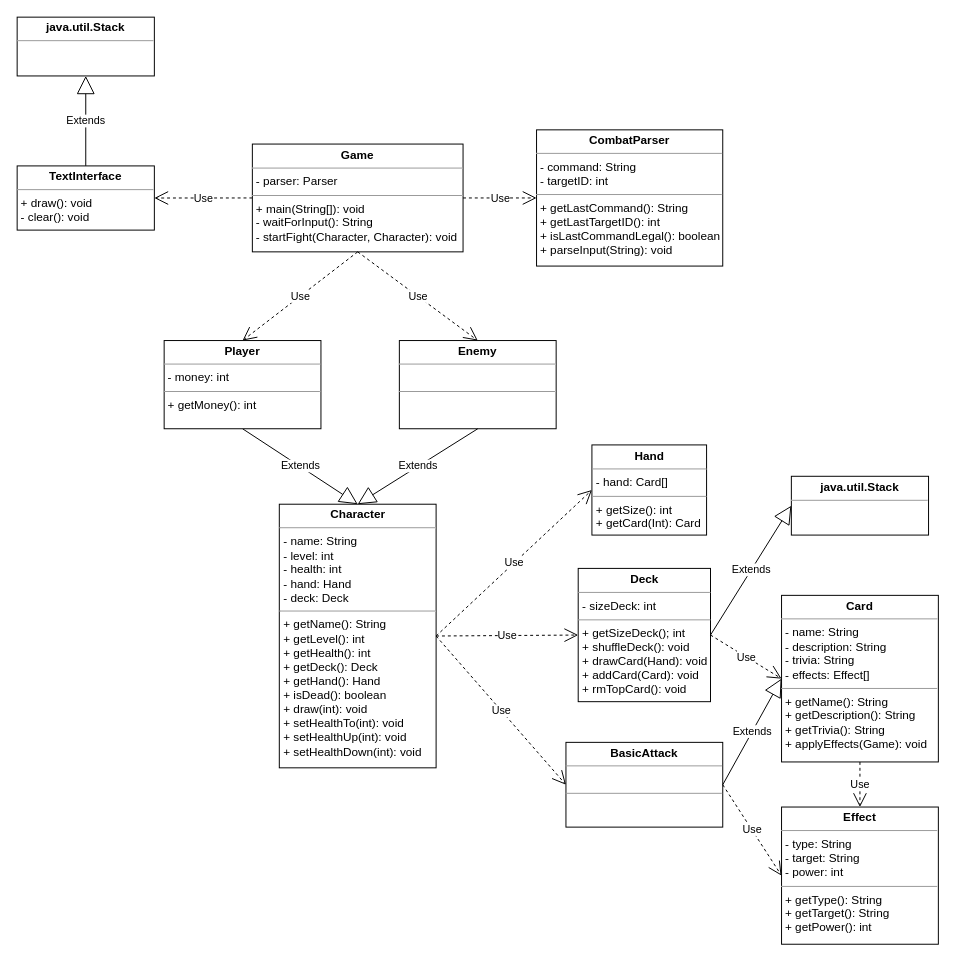
The draw.io diagram devdoc/Galamadriabuyak_UML.drawio in durierem/galamadriabuyak, before the edit. Source tidied: cells renumbered, new cells numbered last; positions are measured from the earlier drawing's top-left corner, leaving out a move shared by most shapes. Both pictures are drawn from the tidied source at 98%, with x=0, y=0 at pixel (17, 17).
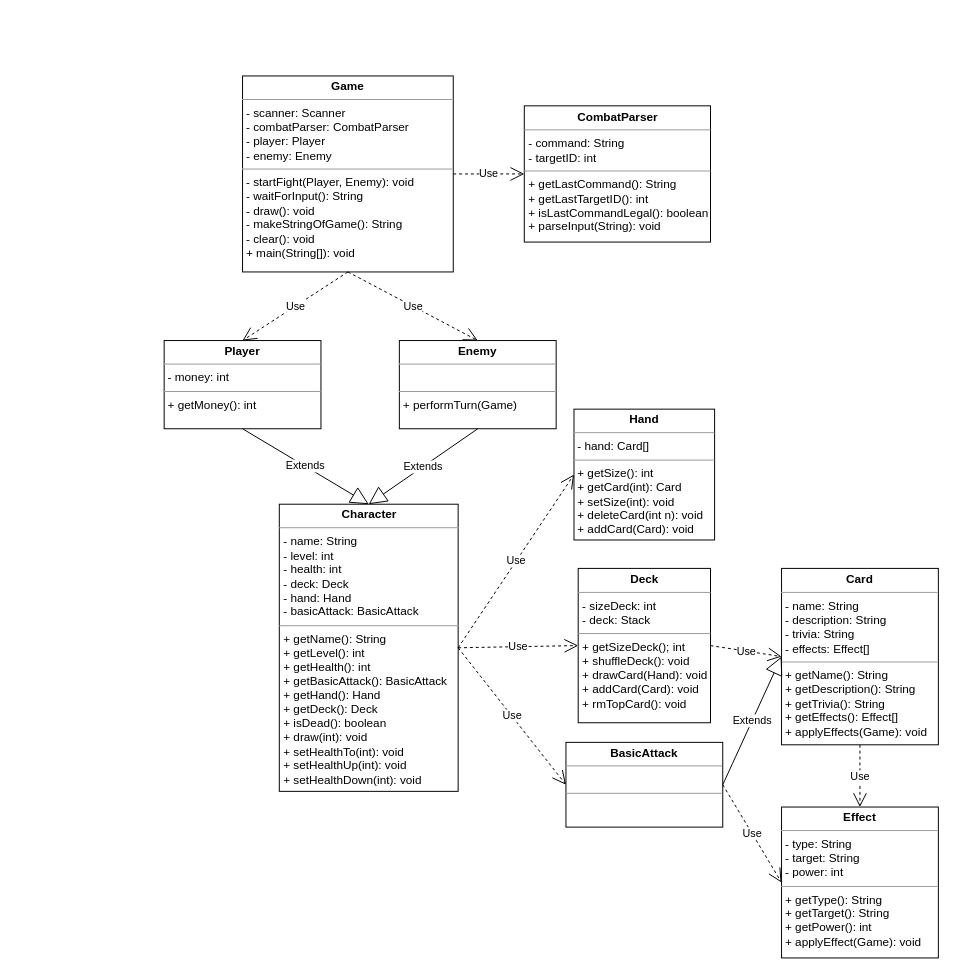
The same diagram, later.

The change refers to these unchanged cells:
```xml
<mxCell id="22" value="&lt;p style=&quot;margin: 0px ; margin-top: 4px ; text-align: center&quot;&gt;&lt;b&gt;BasicAttack&lt;/b&gt;&lt;/p&gt;&lt;hr size=&quot;1&quot;&gt;&lt;p style=&quot;margin: 0px ; margin-left: 4px&quot;&gt;&lt;br&gt;&lt;/p&gt;&lt;hr size=&quot;1&quot;&gt;&lt;p style=&quot;margin: 0px ; margin-left: 4px&quot;&gt;&lt;br&gt;&lt;/p&gt;" style="verticalAlign=top;align=left;overflow=fill;fontSize=12;fontFamily=Helvetica;html=1;" parent="1" vertex="1">
  <mxGeometry x="560" y="740" width="160" height="86.5" as="geometry" />
</mxCell>
```

What changed in the source:
```diff
@@
     <mxCell id="2" value="&lt;p style=&quot;margin: 0px ; margin-top: 4px ; text-align: center&quot;&gt;&lt;b&gt;CombatParser&lt;/b&gt;&lt;/p&gt;&lt;hr size=&quot;1&quot;&gt;&lt;p style=&quot;margin: 0px ; margin-left: 4px&quot;&gt;- command: String&lt;/p&gt;&lt;p style=&quot;margin: 0px ; margin-left: 4px&quot;&gt;- targetID: int&lt;br&gt;&lt;/p&gt;&lt;hr size=&quot;1&quot;&gt;&lt;p style=&quot;margin: 0px ; margin-left: 4px&quot;&gt;+ getLastCommand(): String&lt;/p&gt;&lt;p style=&quot;margin: 0px ; margin-left: 4px&quot;&gt;+ getLastTargetID(): int&lt;/p&gt;&lt;p style=&quot;margin: 0px ; margin-left: 4px&quot;&gt;+ isLastCommandLegal(): boolean&lt;/p&gt;&lt;p style=&quot;margin: 0px ; margin-left: 4px&quot;&gt;+ parseInput(String): void&lt;br&gt;&lt;/p&gt;" style="verticalAlign=top;align=left;overflow=fill;fontSize=12;fontFamily=Helvetica;html=1;" parent="1" vertex="1">
-      <mxGeometry x="530" y="115" width="190" height="139" as="geometry" />
+      <mxGeometry x="517.5" y="90.5" width="190" height="139" as="geometry" />
     </mxCell>
-    <mxCell id="3" value="&lt;p style=&quot;margin: 0px ; margin-top: 4px ; text-align: center&quot;&gt;&lt;b&gt;Game&lt;/b&gt;&lt;/p&gt;&lt;hr size=&quot;1&quot;&gt;&lt;p style=&quot;margin: 0px ; margin-left: 4px&quot;&gt;- parser: Parser&lt;/p&gt;&lt;hr size=&quot;1&quot;&gt;&lt;p style=&quot;margin: 0px ; margin-left: 4px&quot;&gt;+ main(String[]): void&lt;/p&gt;&lt;p style=&quot;margin: 0px ; margin-left: 4px&quot;&gt;- waitForInput(): String&lt;br&gt;&lt;/p&gt;&lt;p style=&quot;margin: 0px ; margin-left: 4px&quot;&gt;- startFight(Character, Character): void&lt;br&gt;&lt;/p&gt;" style="verticalAlign=top;align=left;overflow=fill;fontSize=12;fontFamily=Helvetica;html=1;" parent="1" vertex="1">
-      <mxGeometry x="240" y="129.5" width="215" height="110" as="geometry" />
+    <mxCell id="3" value="&lt;p style=&quot;margin: 0px ; margin-top: 4px ; text-align: center&quot;&gt;&lt;b&gt;Game&lt;/b&gt;&lt;/p&gt;&lt;hr size=&quot;1&quot;&gt;&lt;p style=&quot;margin: 0px ; margin-left: 4px&quot;&gt;- scanner: Scanner&lt;br&gt;&lt;/p&gt;&lt;p style=&quot;margin: 0px ; margin-left: 4px&quot;&gt;- combatParser: CombatParser&lt;/p&gt;&lt;p style=&quot;margin: 0px ; margin-left: 4px&quot;&gt;- player: Player&lt;/p&gt;&lt;p style=&quot;margin: 0px ; margin-left: 4px&quot;&gt;- enemy: Enemy&lt;br&gt;&lt;/p&gt;&lt;hr size=&quot;1&quot;&gt;&lt;p style=&quot;margin: 0px ; margin-left: 4px&quot;&gt;- startFight(Player, Enemy): void&lt;/p&gt;&lt;p style=&quot;margin: 0px ; margin-left: 4px&quot;&gt;- waitForInput(): String&lt;/p&gt;&lt;p style=&quot;margin: 0px ; margin-left: 4px&quot;&gt;- draw(): void&lt;/p&gt;&lt;p style=&quot;margin: 0px ; margin-left: 4px&quot;&gt;- makeStringOfGame(): String&lt;br&gt;&lt;/p&gt;&lt;p style=&quot;margin: 0px ; margin-left: 4px&quot;&gt;- clear(): void&lt;/p&gt;&lt;p style=&quot;margin: 0px ; margin-left: 4px&quot;&gt;+ main(String[]): void&lt;/p&gt;" style="verticalAlign=top;align=left;overflow=fill;fontSize=12;fontFamily=Helvetica;html=1;" parent="1" vertex="1">
+      <mxGeometry x="230" y="60" width="215" height="200" as="geometry" />
     </mxCell>
@@
-    <mxCell id="5" value="&lt;p style=&quot;margin: 0px ; margin-top: 4px ; text-align: center&quot;&gt;&lt;b&gt;Character&lt;/b&gt;&lt;/p&gt;&lt;hr size=&quot;1&quot;&gt;&lt;p style=&quot;margin: 0px ; margin-left: 4px&quot;&gt;- name: String&lt;/p&gt;&lt;p style=&quot;margin: 0px ; margin-left: 4px&quot;&gt;- level: int&lt;br&gt;&lt;/p&gt;&lt;p style=&quot;margin: 0px ; margin-left: 4px&quot;&gt;- health: int&lt;/p&gt;&lt;p style=&quot;margin: 0px ; margin-left: 4px&quot;&gt;- hand: Hand&lt;br&gt;&lt;/p&gt;&lt;p style=&quot;margin: 0px ; margin-left: 4px&quot;&gt;- deck: Deck&lt;/p&gt;&lt;hr size=&quot;1&quot;&gt;&lt;p style=&quot;margin: 0px ; margin-left: 4px&quot;&gt;+ getName(): String&lt;/p&gt;&lt;p style=&quot;margin: 0px ; margin-left: 4px&quot;&gt;+ getLevel(): int&lt;br&gt;&lt;/p&gt;&lt;p style=&quot;margin: 0px ; margin-left: 4px&quot;&gt;+ getHealth(): int&lt;/p&gt;&lt;p style=&quot;margin: 0px ; margin-left: 4px&quot;&gt;+ getDeck(): Deck&lt;/p&gt;&lt;p style=&quot;margin: 0px ; margin-left: 4px&quot;&gt;+ getHand(): Hand&lt;br&gt;&lt;/p&gt;&lt;p style=&quot;margin: 0px ; margin-left: 4px&quot;&gt;+ isDead(): boolean&lt;/p&gt;&lt;p style=&quot;margin: 0px ; margin-left: 4px&quot;&gt;+ draw(int): void&lt;/p&gt;&lt;p style=&quot;margin: 0px ; margin-left: 4px&quot;&gt;+ setHealthTo(int): void&lt;/p&gt;&lt;p style=&quot;margin: 0px ; margin-left: 4px&quot;&gt;+ setHealthUp(int): void&lt;/p&gt;&lt;p style=&quot;margin: 0px ; margin-left: 4px&quot;&gt;+ setHealthDown(int): void&lt;br&gt;&lt;/p&gt;&lt;p style=&quot;margin: 0px ; margin-left: 4px&quot;&gt;&lt;br&gt;&lt;/p&gt;" style="verticalAlign=top;align=left;overflow=fill;fontSize=12;fontFamily=Helvetica;html=1;" parent="1" vertex="1">
-      <mxGeometry x="267.5" y="497" width="160" height="269" as="geometry" />
+    <mxCell id="5" value="&lt;p style=&quot;margin: 0px ; margin-top: 4px ; text-align: center&quot;&gt;&lt;b&gt;Character&lt;/b&gt;&lt;/p&gt;&lt;hr size=&quot;1&quot;&gt;&lt;p style=&quot;margin: 0px ; margin-left: 4px&quot;&gt;- name: String&lt;/p&gt;&lt;p style=&quot;margin: 0px ; margin-left: 4px&quot;&gt;- level: int&lt;br&gt;&lt;/p&gt;&lt;p style=&quot;margin: 0px ; margin-left: 4px&quot;&gt;- health: int&lt;/p&gt;&lt;p style=&quot;margin: 0px ; margin-left: 4px&quot;&gt;- deck: Deck&lt;/p&gt;&lt;p style=&quot;margin: 0px ; margin-left: 4px&quot;&gt;- hand: Hand&lt;/p&gt;&lt;p style=&quot;margin: 0px ; margin-left: 4px&quot;&gt;- basicAttack: BasicAttack&lt;br&gt;&lt;/p&gt;&lt;hr size=&quot;1&quot;&gt;&lt;p style=&quot;margin: 0px ; margin-left: 4px&quot;&gt;+ getName(): String&lt;/p&gt;&lt;p style=&quot;margin: 0px ; margin-left: 4px&quot;&gt;+ getLevel(): int&lt;br&gt;&lt;/p&gt;&lt;p style=&quot;margin: 0px ; margin-left: 4px&quot;&gt;+ getHealth(): int&lt;/p&gt;&lt;p style=&quot;margin: 0px ; margin-left: 4px&quot;&gt;+ getBasicAttack(): BasicAttack&lt;br&gt;&lt;/p&gt;&lt;p style=&quot;margin: 0px ; margin-left: 4px&quot;&gt;+ getHand(): Hand&lt;/p&gt;&lt;p style=&quot;margin: 0px ; margin-left: 4px&quot;&gt;+ getDeck(): Deck&lt;/p&gt;&lt;p style=&quot;margin: 0px ; margin-left: 4px&quot;&gt;+ isDead(): boolean&lt;/p&gt;&lt;p style=&quot;margin: 0px ; margin-left: 4px&quot;&gt;+ draw(int): void&lt;/p&gt;&lt;p style=&quot;margin: 0px ; margin-left: 4px&quot;&gt;+ setHealthTo(int): void&lt;/p&gt;&lt;p style=&quot;margin: 0px ; margin-left: 4px&quot;&gt;+ setHealthUp(int): void&lt;/p&gt;&lt;p style=&quot;margin: 0px ; margin-left: 4px&quot;&gt;+ setHealthDown(int): void&lt;br&gt;&lt;/p&gt;&lt;p style=&quot;margin: 0px ; margin-left: 4px&quot;&gt;&lt;br&gt;&lt;/p&gt;" style="verticalAlign=top;align=left;overflow=fill;fontSize=12;fontFamily=Helvetica;html=1;" parent="1" vertex="1">
+      <mxGeometry x="267.5" y="497" width="182.5" height="293" as="geometry" />
     </mxCell>
@@
-    <mxCell id="8" value="&lt;p style=&quot;margin: 0px ; margin-top: 4px ; text-align: center&quot;&gt;&lt;b&gt;Deck&lt;/b&gt;&lt;br&gt;&lt;/p&gt;&lt;hr size=&quot;1&quot;&gt;&lt;p style=&quot;margin: 0px ; margin-left: 4px&quot;&gt;- sizeDeck: int&lt;/p&gt;&lt;hr size=&quot;1&quot;&gt;&lt;p style=&quot;margin: 0px ; margin-left: 4px&quot;&gt;+ getSizeDeck(); int&lt;/p&gt;&lt;p style=&quot;margin: 0px ; margin-left: 4px&quot;&gt;+ shuffleDeck(): void&lt;/p&gt;&lt;p style=&quot;margin: 0px ; margin-left: 4px&quot;&gt;+ drawCard(Hand): void&lt;br&gt;&lt;/p&gt;&lt;p style=&quot;margin: 0px ; margin-left: 4px&quot;&gt;+ addCard(Card): void&lt;br&gt;&lt;/p&gt;&lt;p style=&quot;margin: 0px ; margin-left: 4px&quot;&gt;+ rmTopCard(): void&lt;br&gt;&lt;/p&gt;" style="verticalAlign=top;align=left;overflow=fill;fontSize=12;fontFamily=Helvetica;html=1;" parent="1" vertex="1">
-      <mxGeometry x="572.5" y="562.5" width="135" height="136" as="geometry" />
+    <mxCell id="8" value="&lt;p style=&quot;margin: 0px ; margin-top: 4px ; text-align: center&quot;&gt;&lt;b&gt;Deck&lt;/b&gt;&lt;br&gt;&lt;/p&gt;&lt;hr size=&quot;1&quot;&gt;&lt;p style=&quot;margin: 0px ; margin-left: 4px&quot;&gt;- sizeDeck: int&lt;/p&gt;&lt;p style=&quot;margin: 0px ; margin-left: 4px&quot;&gt;- deck: Stack&lt;br&gt;&lt;/p&gt;&lt;hr size=&quot;1&quot;&gt;&lt;p style=&quot;margin: 0px ; margin-left: 4px&quot;&gt;+ getSizeDeck(); int&lt;/p&gt;&lt;p style=&quot;margin: 0px ; margin-left: 4px&quot;&gt;+ shuffleDeck(): void&lt;/p&gt;&lt;p style=&quot;margin: 0px ; margin-left: 4px&quot;&gt;+ drawCard(Hand): void&lt;br&gt;&lt;/p&gt;&lt;p style=&quot;margin: 0px ; margin-left: 4px&quot;&gt;+ addCard(Card): void&lt;br&gt;&lt;/p&gt;&lt;p style=&quot;margin: 0px ; margin-left: 4px&quot;&gt;+ rmTopCard(): void&lt;br&gt;&lt;/p&gt;" style="verticalAlign=top;align=left;overflow=fill;fontSize=12;fontFamily=Helvetica;html=1;" parent="1" vertex="1">
+      <mxGeometry x="572.5" y="562.5" width="135" height="157.5" as="geometry" />
     </mxCell>
@@
-    <mxCell id="10" value="&lt;p style=&quot;margin: 0px ; margin-top: 4px ; text-align: center&quot;&gt;&lt;b&gt;Hand&lt;/b&gt;&lt;/p&gt;&lt;hr size=&quot;1&quot;&gt;&lt;p style=&quot;margin: 0px ; margin-left: 4px&quot;&gt;- hand: Card[]&lt;/p&gt;&lt;hr size=&quot;1&quot;&gt;&lt;p style=&quot;margin: 0px ; margin-left: 4px&quot;&gt;+ getSize(): int&lt;/p&gt;&lt;p style=&quot;margin: 0px ; margin-left: 4px&quot;&gt;+ getCard(Int): Card&lt;br&gt;&lt;/p&gt;" style="verticalAlign=top;align=left;overflow=fill;fontSize=12;fontFamily=Helvetica;html=1;" parent="1" vertex="1">
-      <mxGeometry x="586.5" y="436.5" width="117" height="92" as="geometry" />
+    <mxCell id="10" value="&lt;p style=&quot;margin: 0px ; margin-top: 4px ; text-align: center&quot;&gt;&lt;b&gt;Hand&lt;/b&gt;&lt;/p&gt;&lt;hr size=&quot;1&quot;&gt;&lt;p style=&quot;margin: 0px ; margin-left: 4px&quot;&gt;- hand: Card[]&lt;/p&gt;&lt;hr size=&quot;1&quot;&gt;&lt;p style=&quot;margin: 0px ; margin-left: 4px&quot;&gt;+ getSize(): int&lt;/p&gt;&lt;p style=&quot;margin: 0px ; margin-left: 4px&quot;&gt;+ getCard(int): Card&lt;/p&gt;&lt;p style=&quot;margin: 0px ; margin-left: 4px&quot;&gt;+ setSize(int): void&lt;/p&gt;&lt;p style=&quot;margin: 0px ; margin-left: 4px&quot;&gt;+ deleteCard(int n): void&lt;/p&gt;&lt;p style=&quot;margin: 0px ; margin-left: 4px&quot;&gt;+ addCard(Card): void&lt;br&gt;&lt;/p&gt;" style="verticalAlign=top;align=left;overflow=fill;fontSize=12;fontFamily=Helvetica;html=1;" parent="1" vertex="1">
+      <mxGeometry x="568.2" y="400" width="143.5" height="133.5" as="geometry" />
     </mxCell>
@@
-    <mxCell id="12" value="&lt;p style=&quot;margin: 0px ; margin-top: 4px ; text-align: center&quot;&gt;&lt;b&gt;Effect&lt;/b&gt;&lt;/p&gt;&lt;hr size=&quot;1&quot;&gt;&lt;p style=&quot;margin: 0px ; margin-left: 4px&quot;&gt;- type: String&lt;/p&gt;&lt;p style=&quot;margin: 0px ; margin-left: 4px&quot;&gt;- target: String&lt;/p&gt;&lt;p style=&quot;margin: 0px ; margin-left: 4px&quot;&gt;- power: int&lt;br&gt;&lt;/p&gt;&lt;hr size=&quot;1&quot;&gt;&lt;p style=&quot;margin: 0px ; margin-left: 4px&quot;&gt;+ getType(): String&lt;/p&gt;&lt;p style=&quot;margin: 0px ; margin-left: 4px&quot;&gt;+ getTarget(): String&lt;/p&gt;&lt;p style=&quot;margin: 0px ; margin-left: 4px&quot;&gt;+ getPower(): int&lt;br&gt;&lt;/p&gt;" style="verticalAlign=top;align=left;overflow=fill;fontSize=12;fontFamily=Helvetica;html=1;" parent="1" vertex="1">
-      <mxGeometry x="780" y="806" width="160" height="140" as="geometry" />
+    <mxCell id="12" value="&lt;p style=&quot;margin: 0px ; margin-top: 4px ; text-align: center&quot;&gt;&lt;b&gt;Effect&lt;/b&gt;&lt;/p&gt;&lt;hr size=&quot;1&quot;&gt;&lt;p style=&quot;margin: 0px ; margin-left: 4px&quot;&gt;- type: String&lt;/p&gt;&lt;p style=&quot;margin: 0px ; margin-left: 4px&quot;&gt;- target: String&lt;/p&gt;&lt;p style=&quot;margin: 0px ; margin-left: 4px&quot;&gt;- power: int&lt;br&gt;&lt;/p&gt;&lt;hr size=&quot;1&quot;&gt;&lt;p style=&quot;margin: 0px ; margin-left: 4px&quot;&gt;+ getType(): String&lt;/p&gt;&lt;p style=&quot;margin: 0px ; margin-left: 4px&quot;&gt;+ getTarget(): String&lt;/p&gt;&lt;p style=&quot;margin: 0px ; margin-left: 4px&quot;&gt;+ getPower(): int&lt;/p&gt;&lt;p style=&quot;margin: 0px ; margin-left: 4px&quot;&gt;+ applyEffect(Game): void&lt;br&gt;&lt;/p&gt;" style="verticalAlign=top;align=left;overflow=fill;fontSize=12;fontFamily=Helvetica;html=1;" parent="1" vertex="1">
+      <mxGeometry x="780" y="806" width="160" height="154" as="geometry" />
     </mxCell>
@@
-    <mxCell id="15" value="&lt;p style=&quot;margin: 0px ; margin-top: 4px ; text-align: center&quot;&gt;&lt;b&gt;java.util.Stack&lt;/b&gt;&lt;/p&gt;&lt;hr size=&quot;1&quot;&gt;&lt;div style=&quot;height: 2px&quot;&gt;&lt;/div&gt;" style="verticalAlign=top;align=left;overflow=fill;fontSize=12;fontFamily=Helvetica;html=1;" parent="1" vertex="1">
-      <mxGeometry x="790" y="468.5" width="140" height="60" as="geometry" />
-    </mxCell>
-    <mxCell id="16" value="Extends" style="endArrow=block;endSize=16;endFill=0;html=1;exitX=1;exitY=0.5;exitDx=0;exitDy=0;entryX=0;entryY=0.5;entryDx=0;entryDy=0;" parent="1" edge="1" source="8" target="15">
-      <mxGeometry relative="1" as="geometry" />
-    </mxCell>
-    <mxCell id="17" value="&lt;p style=&quot;margin: 0px ; margin-top: 4px ; text-align: center&quot;&gt;&lt;b&gt;Card&lt;/b&gt;&lt;/p&gt;&lt;hr size=&quot;1&quot;&gt;&lt;p style=&quot;margin: 0px ; margin-left: 4px&quot;&gt;- name: String&lt;/p&gt;&lt;p style=&quot;margin: 0px ; margin-left: 4px&quot;&gt;- description: String&lt;/p&gt;&lt;p style=&quot;margin: 0px ; margin-left: 4px&quot;&gt;- trivia: String&lt;/p&gt;&lt;p style=&quot;margin: 0px ; margin-left: 4px&quot;&gt;- effects: Effect[]&lt;/p&gt;&lt;hr size=&quot;1&quot;&gt;&lt;p style=&quot;margin: 0px ; margin-left: 4px&quot;&gt;+ getName(): String&lt;/p&gt;&lt;p style=&quot;margin: 0px ; margin-left: 4px&quot;&gt;+ getDescription(): String&lt;/p&gt;&lt;p style=&quot;margin: 0px ; margin-left: 4px&quot;&gt;+ getTrivia(): String&lt;/p&gt;&lt;p style=&quot;margin: 0px ; margin-left: 4px&quot;&gt;+ applyEffects(Game): void&lt;br&gt;&lt;/p&gt;" style="verticalAlign=top;align=left;overflow=fill;fontSize=12;fontFamily=Helvetica;html=1;" parent="1" vertex="1">
-      <mxGeometry x="780" y="590" width="160" height="170" as="geometry" />
+    <mxCell id="17" value="&lt;p style=&quot;margin: 0px ; margin-top: 4px ; text-align: center&quot;&gt;&lt;b&gt;Card&lt;/b&gt;&lt;/p&gt;&lt;hr size=&quot;1&quot;&gt;&lt;p style=&quot;margin: 0px ; margin-left: 4px&quot;&gt;- name: String&lt;/p&gt;&lt;p style=&quot;margin: 0px ; margin-left: 4px&quot;&gt;- description: String&lt;/p&gt;&lt;p style=&quot;margin: 0px ; margin-left: 4px&quot;&gt;- trivia: String&lt;/p&gt;&lt;p style=&quot;margin: 0px ; margin-left: 4px&quot;&gt;- effects: Effect[]&lt;/p&gt;&lt;hr size=&quot;1&quot;&gt;&lt;p style=&quot;margin: 0px ; margin-left: 4px&quot;&gt;+ getName(): String&lt;/p&gt;&lt;p style=&quot;margin: 0px ; margin-left: 4px&quot;&gt;+ getDescription(): String&lt;/p&gt;&lt;p style=&quot;margin: 0px ; margin-left: 4px&quot;&gt;+ getTrivia(): String&lt;/p&gt;&lt;p style=&quot;margin: 0px ; margin-left: 4px&quot;&gt;+ getEffects(): Effect[]&lt;br&gt;&lt;/p&gt;&lt;p style=&quot;margin: 0px ; margin-left: 4px&quot;&gt;+ applyEffects(Game): void&lt;br&gt;&lt;/p&gt;" style="verticalAlign=top;align=left;overflow=fill;fontSize=12;fontFamily=Helvetica;html=1;" parent="1" vertex="1">
+      <mxGeometry x="780" y="562.5" width="160" height="180" as="geometry" />
     </mxCell>
@@
-    <mxCell id="19" value="&lt;p style=&quot;margin: 0px ; margin-top: 4px ; text-align: center&quot;&gt;&lt;b&gt;Enemy&lt;/b&gt;&lt;/p&gt;&lt;hr size=&quot;1&quot;&gt;&lt;p style=&quot;margin: 0px ; margin-left: 4px&quot;&gt;&lt;br&gt;&lt;/p&gt;&lt;hr size=&quot;1&quot;&gt;&lt;p style=&quot;margin: 0px ; margin-left: 4px&quot;&gt;&lt;br&gt;&lt;/p&gt;" style="verticalAlign=top;align=left;overflow=fill;fontSize=12;fontFamily=Helvetica;html=1;" parent="1" vertex="1">
+    <mxCell id="19" value="&lt;p style=&quot;margin: 0px ; margin-top: 4px ; text-align: center&quot;&gt;&lt;b&gt;Enemy&lt;/b&gt;&lt;/p&gt;&lt;hr size=&quot;1&quot;&gt;&lt;p style=&quot;margin: 0px ; margin-left: 4px&quot;&gt;&lt;br&gt;&lt;/p&gt;&lt;hr size=&quot;1&quot;&gt;&lt;p style=&quot;margin: 0px ; margin-left: 4px&quot;&gt;+ performTurn(Game)&lt;/p&gt;" style="verticalAlign=top;align=left;overflow=fill;fontSize=12;fontFamily=Helvetica;html=1;" parent="1" vertex="1">
       <mxGeometry x="390" y="330" width="160" height="90" as="geometry" />
     </mxCell>
@@
-    <mxCell id="23" value="Extends" style="endArrow=block;endSize=16;endFill=0;html=1;exitX=1;exitY=0.5;exitDx=0;exitDy=0;entryX=0;entryY=0.5;entryDx=0;entryDy=0;" parent="1" edge="1" source="22" target="17">
+    <mxCell id="23" value="Extends" style="endArrow=block;endSize=16;endFill=0;html=1;exitX=1;exitY=0.5;exitDx=0;exitDy=0;entryX=0;entryY=0.5;entryDx=0;entryDy=0;strokeColor=#000000;curved=1;" parent="1" edge="1" source="22" target="17">
       <mxGeometry relative="1" as="geometry" />
     </mxCell>
@@
-    <mxCell id="26" value="&lt;p style=&quot;margin: 0px ; margin-top: 4px ; text-align: center&quot;&gt;&lt;b&gt;java.util.Stack&lt;/b&gt;&lt;/p&gt;&lt;hr size=&quot;1&quot;&gt;&lt;div style=&quot;height: 2px&quot;&gt;&lt;/div&gt;" style="verticalAlign=top;align=left;overflow=fill;fontSize=12;fontFamily=Helvetica;html=1;" parent="1" vertex="1">
-      <mxGeometry width="140" height="60" as="geometry" />
-    </mxCell>
-    <mxCell id="27" value="Extends" style="endArrow=block;endSize=16;endFill=0;html=1;exitX=0.5;exitY=0;exitDx=0;exitDy=0;entryX=0.5;entryY=1;entryDx=0;entryDy=0;" parent="1" edge="1" source="29" target="26">
-      <mxGeometry relative="1" as="geometry" />
-    </mxCell>
-    <mxCell id="28" value="Use" style="endArrow=open;endSize=12;dashed=1;html=1;exitX=0;exitY=0.5;exitDx=0;exitDy=0;entryX=1;entryY=0.5;entryDx=0;entryDy=0;" parent="1" edge="1" source="3" target="29">
-      <mxGeometry relative="1" as="geometry" />
-    </mxCell>
-    <mxCell id="29" value="&lt;p style=&quot;margin: 0px ; margin-top: 4px ; text-align: center&quot;&gt;&lt;b&gt;TextInterface&lt;/b&gt;&lt;/p&gt;&lt;hr size=&quot;1&quot;&gt;&lt;div style=&quot;height: 2px&quot;&gt;&lt;p style=&quot;margin: 0px ; margin-left: 4px&quot;&gt;+ draw(): void&lt;/p&gt;&lt;p style=&quot;margin: 0px ; margin-left: 4px&quot;&gt;- clear(): void&lt;/p&gt;&lt;/div&gt;" style="verticalAlign=top;align=left;overflow=fill;fontSize=12;fontFamily=Helvetica;html=1;" parent="1" vertex="1">
-      <mxGeometry y="151.8" width="140" height="65.5" as="geometry" />
-    </mxCell>
```
